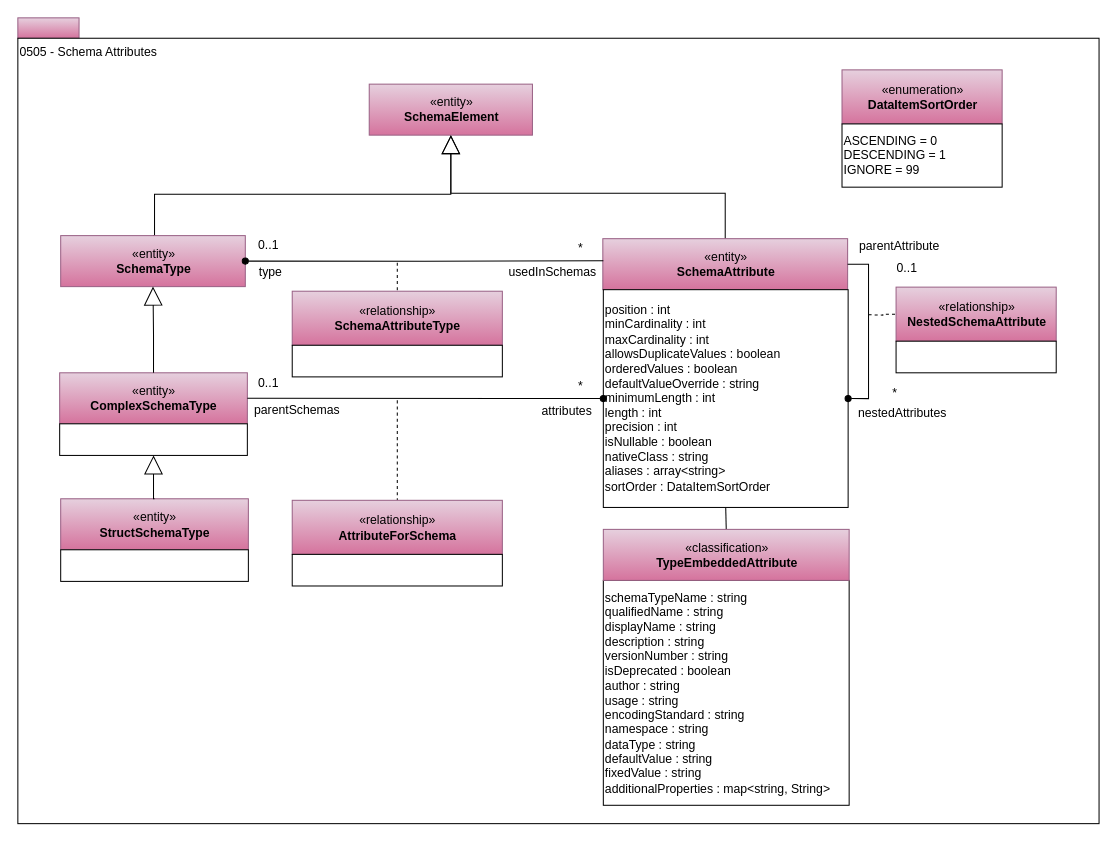
odpi/egeria-docs keeps this draw.io diagram as page "0505-Schema-Attributes" (5 of 36) of site/docs/types/5/area-5-models-and-schema.drawio. Above is the earlier version. Source tidied: cells renumbered, new cells numbered last; positions are measured from the earlier drawing's top-left corner, leaving out a move shared by most shapes. Both pictures are drawn from the tidied source at 102%, with x=0, y=0 at pixel (17, 17).
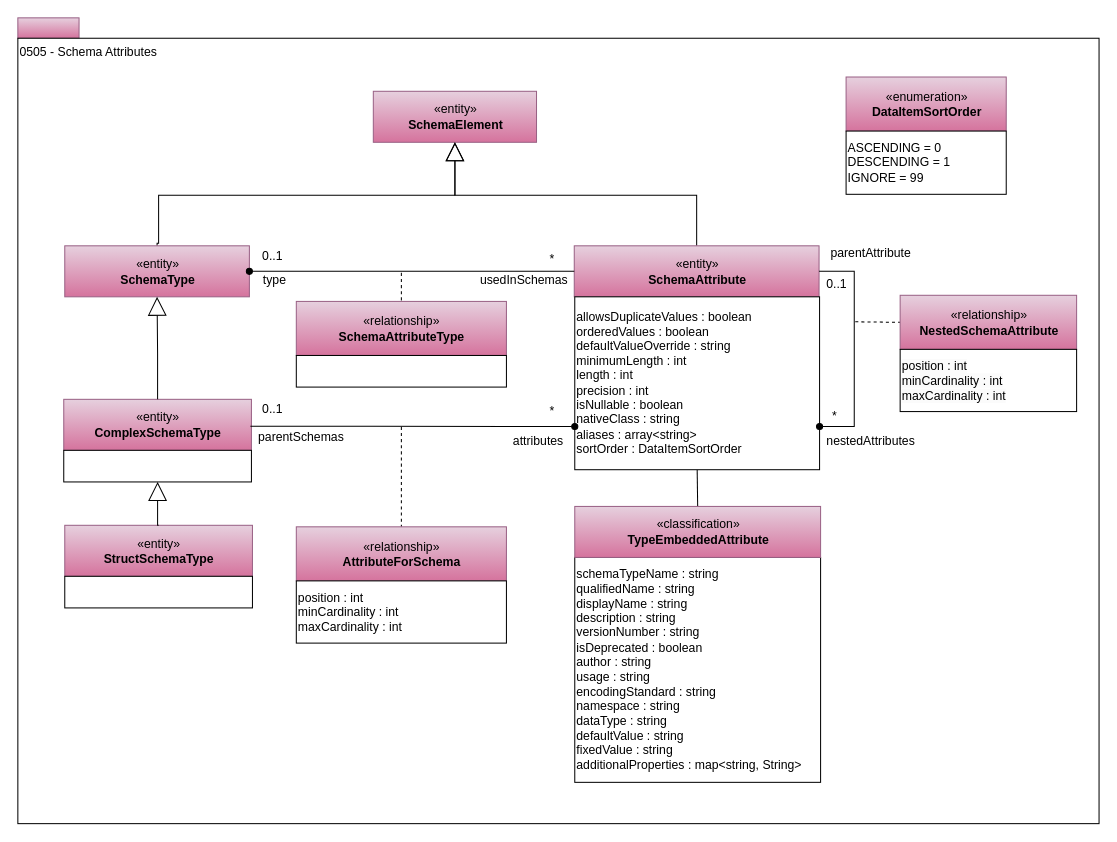
The same diagram, later.

Unchanged cells that the change refers to:
```xml
<mxCell id="22" value="«entity»&lt;br&gt;&lt;b&gt;ComplexSchemaType&lt;/b&gt;" style="html=1;strokeColor=#996185;align=center;fillColor=#e6d0de;gradientColor=#d5739d;" parent="21" vertex="1">
  <mxGeometry width="184" height="50" as="geometry" />
</mxCell>
<mxCell id="43" value="«relationship»&lt;br&gt;&lt;b&gt;SchemaAttributeType&lt;/b&gt;" style="html=1;strokeColor=#996185;align=center;fillColor=#e6d0de;gradientColor=#d5739d;" parent="42" vertex="1">
  <mxGeometry width="206" height="53" as="geometry" />
</mxCell>
```

The edit, as a diff of the source:
```diff
@@
     <mxCell id="4" value="«entity»&lt;br&gt;&lt;b&gt;SchemaElement&lt;/b&gt;" style="html=1;strokeColor=#996185;align=center;fillColor=#e6d0de;gradientColor=#d5739d;" parent="1" vertex="1">
-      <mxGeometry x="344.5" y="65" width="160" height="50" as="geometry" />
+      <mxGeometry x="348.5" y="72" width="160" height="50" as="geometry" />
     </mxCell>
     <mxCell id="5" style="edgeStyle=orthogonalEdgeStyle;rounded=0;jettySize=auto;html=1;exitX=0.5;exitY=0;exitDx=0;exitDy=0;startArrow=none;startFill=0;startSize=6;endArrow=block;endFill=0;endSize=16;entryX=0.5;entryY=1;entryDx=0;entryDy=0;" parent="1" edge="1" source="6" target="4">
       <mxGeometry relative="1" as="geometry">
         <Array as="points">
-          <mxPoint x="134" y="214" />
-          <mxPoint x="134" y="173" />
-          <mxPoint x="425" y="173" />
+          <mxPoint x="138" y="221" />
+          <mxPoint x="138" y="174" />
+          <mxPoint x="429" y="174" />
         </Array>
       </mxGeometry>
     </mxCell>
     <mxCell id="6" value="«entity»&lt;br&gt;&lt;b&gt;SchemaType&lt;/b&gt;" style="html=1;strokeColor=#996185;align=center;fillColor=#e6d0de;gradientColor=#d5739d;" parent="1" vertex="1">
-      <mxGeometry x="42" y="213.5" width="181" height="50" as="geometry" />
+      <mxGeometry x="46" y="223.5" width="181" height="50" as="geometry" />
     </mxCell>
@@
     <mxCell id="8" style="edgeStyle=orthogonalEdgeStyle;rounded=0;jettySize=auto;html=1;exitX=0.5;exitY=0;exitDx=0;exitDy=0;entryX=0.5;entryY=1;entryDx=0;entryDy=0;startSize=6;endArrow=block;endFill=0;endSize=16;" parent="1" edge="1" source="33" target="4">
       <mxGeometry relative="1" as="geometry">
         <Array as="points">
-          <mxPoint x="694" y="172" />
-          <mxPoint x="425" y="172" />
+          <mxPoint x="666" y="174" />
+          <mxPoint x="429" y="174" />
         </Array>
       </mxGeometry>
     </mxCell>
-    <mxCell id="9" style="group;" parent="1" vertex="1">
-      <mxGeometry x="861" y="264" width="157" height="84" as="geometry" />
-    </mxCell>
-    <mxCell id="10" value="«relationship»&lt;br&gt;&lt;b&gt;NestedSchemaAttribute&lt;/b&gt;" style="html=1;strokeColor=#996185;align=center;fillColor=#e6d0de;gradientColor=#d5739d;" parent="9" vertex="1">
-      <mxGeometry width="157" height="53" as="geometry" />
-    </mxCell>
-    <mxCell id="11" style="rounded=0;whiteSpace=wrap;html=1;strokeColor=#000000;gradientColor=#ffffff;align=center;" parent="9" vertex="1">
-      <mxGeometry y="53" width="157" height="31" as="geometry" />
-    </mxCell>
     <mxCell id="12" style="endArrow=none;dashed=1;html=1;edgeStyle=orthogonalEdgeStyle;rounded=0;entryX=0;entryY=0.5;entryDx=0;entryDy=0;" parent="1" edge="1" target="10">
       <mxGeometry relative="1" as="geometry">
-        <mxPoint x="834" y="291" as="sourcePoint" />
+        <mxPoint x="821" y="298" as="sourcePoint" />
       </mxGeometry>
     </mxCell>
     <mxCell id="13" value="parentAttribute" style="text;html=1;strokeColor=none;fillColor=none;align=center;verticalAlign=middle;whiteSpace=wrap;rounded=0;" parent="1" vertex="1">
-      <mxGeometry x="811" y="214" width="107" height="20" as="geometry" />
+      <mxGeometry x="783" y="220.5" width="107" height="20" as="geometry" />
     </mxCell>
     <mxCell id="14" value="nestedAttributes" style="text;html=1;strokeColor=none;fillColor=none;align=center;verticalAlign=middle;whiteSpace=wrap;rounded=0;" parent="1" vertex="1">
-      <mxGeometry x="813.5" y="378.2" width="107" height="20" as="geometry" />
+      <mxGeometry x="783" y="405.2" width="107" height="20" as="geometry" />
     </mxCell>
     <mxCell id="15" value="*" style="text;html=1;strokeColor=none;fillColor=none;align=center;verticalAlign=middle;whiteSpace=wrap;rounded=0;" parent="1" vertex="1">
-      <mxGeometry x="840" y="358.2" width="40" height="20" as="geometry" />
+      <mxGeometry x="781" y="380.5" width="40" height="20" as="geometry" />
     </mxCell>
     <mxCell id="16" value="0..1" style="text;html=1;strokeColor=none;fillColor=none;align=center;verticalAlign=middle;whiteSpace=wrap;rounded=0;" parent="1" vertex="1">
-      <mxGeometry x="852" y="236" width="40" height="20" as="geometry" />
+      <mxGeometry x="783" y="251" width="40" height="20" as="geometry" />
     </mxCell>
     <mxCell id="17" style="endArrow=none;dashed=1;html=1;" parent="1" edge="1" target="19">
       <mxGeometry relative="1" as="geometry">
-        <mxPoint x="372" y="375" as="sourcePoint" />
+        <mxPoint x="376" y="401" as="sourcePoint" />
       </mxGeometry>
     </mxCell>
-    <mxCell id="18" style="group;" parent="1" vertex="1">
-      <mxGeometry x="269" y="473" width="206" height="84" as="geometry" />
-    </mxCell>
-    <mxCell id="19" value="«relationship»&lt;br&gt;&lt;b&gt;AttributeForSchema&lt;/b&gt;" style="html=1;strokeColor=#996185;align=center;fillColor=#e6d0de;gradientColor=#d5739d;" parent="18" vertex="1">
-      <mxGeometry width="206" height="53" as="geometry" />
-    </mxCell>
-    <mxCell id="20" style="rounded=0;whiteSpace=wrap;html=1;strokeColor=#000000;gradientColor=#ffffff;align=center;" parent="18" vertex="1">
-      <mxGeometry y="53" width="206" height="31" as="geometry" />
-    </mxCell>
     <mxCell id="21" style="group;" parent="1" vertex="1">
-      <mxGeometry x="41" y="348" width="184" height="81" as="geometry" />
+      <mxGeometry x="45" y="374" width="184" height="81" as="geometry" />
     </mxCell>
@@
     <mxCell id="25" value="*" style="text;html=1;strokeColor=none;fillColor=none;align=center;verticalAlign=middle;whiteSpace=wrap;rounded=0;" parent="1" vertex="1">
-      <mxGeometry x="531.5" y="351" width="40" height="20" as="geometry" />
+      <mxGeometry x="503.5" y="376" width="40" height="20" as="geometry" />
     </mxCell>
     <mxCell id="26" value="0..1" style="text;html=1;strokeColor=none;fillColor=none;align=center;verticalAlign=middle;whiteSpace=wrap;rounded=0;" parent="1" vertex="1">
-      <mxGeometry x="226" y="348" width="40" height="20" as="geometry" />
+      <mxGeometry x="230" y="374" width="40" height="20" as="geometry" />
     </mxCell>
     <mxCell id="27" value="attributes" style="text;html=1;strokeColor=none;fillColor=none;align=center;verticalAlign=middle;whiteSpace=wrap;rounded=0;" parent="1" vertex="1">
-      <mxGeometry x="504.5" y="376" width="67" height="20" as="geometry" />
+      <mxGeometry x="476.5" y="405.2" width="67" height="20" as="geometry" />
     </mxCell>
     <mxCell id="28" value="parentSchemas" style="text;html=1;strokeColor=none;fillColor=none;align=center;verticalAlign=middle;whiteSpace=wrap;rounded=0;" parent="1" vertex="1">
-      <mxGeometry x="224" y="374.5" width="100" height="20" as="geometry" />
+      <mxGeometry x="228" y="400.5" width="100" height="20" as="geometry" />
     </mxCell>
     <mxCell id="29" style="group;" parent="1" vertex="1">
-      <mxGeometry x="42" y="458.5" width="184" height="81" as="geometry" />
+      <mxGeometry x="46" y="484.5" width="184" height="81" as="geometry" />
     </mxCell>
@@
     <mxCell id="33" value="«entity»&lt;br&gt;&lt;b&gt;SchemaAttribute&lt;/b&gt;" style="html=1;strokeColor=#996185;align=center;fillColor=#e6d0de;gradientColor=#d5739d;" parent="1" vertex="1">
-      <mxGeometry x="573.5" y="216.5" width="240" height="50" as="geometry" />
+      <mxGeometry x="545.5" y="223.5" width="240" height="50" as="geometry" />
     </mxCell>
-    <mxCell id="34" value="&lt;span style=&quot;white-space: normal&quot;&gt;position : int&lt;/span&gt;&lt;br style=&quot;white-space: normal&quot;&gt;&lt;font style=&quot;white-space: normal&quot;&gt;minCardinality : int&lt;br&gt;maxCardinality : int&lt;/font&gt;&lt;br style=&quot;white-space: normal&quot;&gt;&lt;font style=&quot;white-space: normal&quot;&gt;allowsDuplicateValues : boolean&lt;br&gt;orderedValues : boolean&lt;br&gt;&lt;/font&gt;&lt;span&gt;defaultValueOverride : string&lt;br&gt;minimumLength : int&lt;br&gt;length : int&lt;br&gt;precision : int&lt;br&gt;isNullable : boolean&lt;br&gt;&lt;/span&gt;&lt;font style=&quot;white-space: normal&quot;&gt;nativeClass : string&lt;br&gt;aliases : array&amp;lt;string&amp;gt;&lt;br&gt;sortOrder : DataItemSortOrder&lt;br&gt;&lt;/font&gt;" style="rounded=0;whiteSpace=wrap;html=1;strokeColor=#000000;gradientColor=#ffffff;align=left;fontColor=#000000;" parent="1" vertex="1">
-      <mxGeometry x="574" y="266.5" width="240" height="213.5" as="geometry" />
+    <mxCell id="34" value="&lt;font style=&quot;white-space: normal&quot;&gt;allowsDuplicateValues : boolean&lt;br&gt;orderedValues : boolean&lt;br&gt;&lt;/font&gt;&lt;span&gt;defaultValueOverride : string&lt;br&gt;minimumLength : int&lt;br&gt;length : int&lt;br&gt;precision : int&lt;br&gt;isNullable : boolean&lt;br&gt;&lt;/span&gt;&lt;font style=&quot;white-space: normal&quot;&gt;nativeClass : string&lt;br&gt;aliases : array&amp;lt;string&amp;gt;&lt;br&gt;sortOrder : DataItemSortOrder&lt;br&gt;&lt;/font&gt;" style="rounded=0;whiteSpace=wrap;html=1;strokeColor=#000000;gradientColor=#ffffff;align=left;fontColor=#000000;" parent="1" vertex="1">
+      <mxGeometry x="546" y="273.5" width="240" height="169.5" as="geometry" />
     </mxCell>
     <mxCell id="35" value="schemaTypeName : string&lt;br&gt;qualifiedName : string&lt;br&gt;displayName : string&lt;br&gt;description : string&lt;br&gt;versionNumber : string&lt;br&gt;isDeprecated : boolean&lt;br&gt;author : string&lt;br&gt;usage : string&lt;br&gt;encodingStandard : string&lt;br&gt;namespace : string&lt;br&gt;dataType : string&lt;br&gt;defaultValue : string&lt;br&gt;fixedValue : string&lt;br&gt;additionalProperties : map&amp;lt;string, String&amp;gt;&lt;br&gt;&lt;div style=&quot;text-align: left&quot;&gt;&lt;/div&gt;" style="rounded=0;whiteSpace=wrap;html=1;strokeColor=#000000;gradientColor=#ffffff;align=left;" parent="1" vertex="1">
-      <mxGeometry x="574" y="551.5" width="241" height="220.5" as="geometry" />
+      <mxGeometry x="546" y="529" width="241" height="220.5" as="geometry" />
     </mxCell>
     <mxCell id="36" value="«classification»&lt;br&gt;&lt;b&gt;TypeEmbeddedAttribute&lt;/b&gt;" style="html=1;strokeColor=#996185;align=center;fillColor=#e6d0de;gradientColor=#d5739d;" parent="1" vertex="1">
-      <mxGeometry x="574" y="501.5" width="241" height="50" as="geometry" />
+      <mxGeometry x="546" y="479" width="241" height="50" as="geometry" />
     </mxCell>
     <mxCell id="37" style="group;" parent="1" vertex="1">
-      <mxGeometry x="808" y="51" width="157" height="115" as="geometry" />
+      <mxGeometry x="812" y="58" width="157" height="115" as="geometry" />
     </mxCell>
@@
     <mxCell id="40" style="endArrow=none;dashed=1;html=1;" parent="1" edge="1" target="43">
       <mxGeometry relative="1" as="geometry">
-        <mxPoint x="372" y="240" as="sourcePoint" />
+        <mxPoint x="376" y="250" as="sourcePoint" />
       </mxGeometry>
     </mxCell>
-    <mxCell id="41" style="endArrow=oval;html=1;edgeStyle=orthogonalEdgeStyle;rounded=0;exitX=0;exitY=0.5;exitDx=0;exitDy=0;endFill=1;" parent="1" edge="1" target="6">
-      <mxGeometry relative="1" as="geometry">
-        <mxPoint x="574" y="238.2" as="sourcePoint" />
-      </mxGeometry>
+    <mxCell id="41" style="endArrow=oval;html=1;edgeStyle=orthogonalEdgeStyle;rounded=0;exitX=0;exitY=0.5;exitDx=0;exitDy=0;endFill=1;" parent="1" edge="1" source="33" target="6">
+      <mxGeometry relative="1" as="geometry" />
     </mxCell>
     <mxCell id="42" style="group;" parent="1" vertex="1">
-      <mxGeometry x="269" y="268" width="206" height="84" as="geometry" />
+      <mxGeometry x="273" y="278" width="206" height="84" as="geometry" />
     </mxCell>
@@
     <mxCell id="45" value="*" style="text;html=1;strokeColor=none;fillColor=none;align=center;verticalAlign=middle;whiteSpace=wrap;rounded=0;" parent="1" vertex="1">
-      <mxGeometry x="531.5" y="216" width="40" height="20" as="geometry" />
+      <mxGeometry x="503.5" y="227" width="40" height="20" as="geometry" />
     </mxCell>
     <mxCell id="46" value="0..1" style="text;html=1;strokeColor=none;fillColor=none;align=center;verticalAlign=middle;whiteSpace=wrap;rounded=0;" parent="1" vertex="1">
-      <mxGeometry x="226" y="213" width="40" height="20" as="geometry" />
+      <mxGeometry x="230" y="224" width="40" height="20" as="geometry" />
     </mxCell>
     <mxCell id="47" value="usedInSchemas" style="text;html=1;strokeColor=none;fillColor=none;align=center;verticalAlign=middle;whiteSpace=wrap;rounded=0;" parent="1" vertex="1">
-      <mxGeometry x="491" y="239.5" width="67" height="20" as="geometry" />
+      <mxGeometry x="463" y="246.5" width="67" height="20" as="geometry" />
     </mxCell>
     <mxCell id="48" value="type" style="text;html=1;strokeColor=none;fillColor=none;align=center;verticalAlign=middle;whiteSpace=wrap;rounded=0;" parent="1" vertex="1">
-      <mxGeometry x="224" y="239.5" width="48" height="20" as="geometry" />
+      <mxGeometry x="228" y="246.5" width="48" height="20" as="geometry" />
     </mxCell>
-    <mxCell id="49" style="endArrow=none;html=1;entryX=1;entryY=0.5;entryDx=0;entryDy=0;edgeStyle=orthogonalEdgeStyle;rounded=0;exitX=0;exitY=0.5;exitDx=0;exitDy=0;startArrow=oval;startFill=1;" parent="1" edge="1" source="34" target="22">
-      <mxGeometry relative="1" as="geometry">
-        <Array as="points">
-          <mxPoint x="574" y="373" />
-          <mxPoint x="574" y="373" />
-        </Array>
-      </mxGeometry>
-    </mxCell>
-    <mxCell id="50" style="edgeStyle=orthogonalEdgeStyle;rounded=0;jettySize=auto;html=1;entryX=1;entryY=0.5;entryDx=0;entryDy=0;fontColor=#FF0000;endArrow=oval;endFill=1;exitX=1;exitY=0.5;exitDx=0;exitDy=0;" parent="1" edge="1" source="33" target="34">
-      <mxGeometry relative="1" as="geometry" />
+    <mxCell id="50" style="edgeStyle=orthogonalEdgeStyle;rounded=0;jettySize=auto;html=1;entryX=1;entryY=0.75;entryDx=0;entryDy=0;fontColor=#FF0000;endArrow=oval;endFill=1;exitX=1;exitY=0.5;exitDx=0;exitDy=0;" parent="1" edge="1" source="33" target="34">
+      <mxGeometry relative="1" as="geometry">
+        <Array as="points">
+          <mxPoint x="820" y="249" />
+          <mxPoint x="820" y="401" />
+        </Array>
+      </mxGeometry>
     </mxCell>
+    <mxCell id="10" value="«relationship»&lt;br&gt;&lt;b&gt;NestedSchemaAttribute&lt;/b&gt;" style="html=1;strokeColor=#996185;align=center;fillColor=#e6d0de;gradientColor=#d5739d;" parent="1" vertex="1">
+      <mxGeometry x="865" y="272" width="173" height="53" as="geometry" />
+    </mxCell>
+    <mxCell id="11" value="&lt;span style=&quot;forced-color-adjust: none; color: rgb(0, 0, 0); font-family: Helvetica; font-size: 12px; font-style: normal; font-variant-ligatures: normal; font-variant-caps: normal; font-weight: 400; letter-spacing: normal; orphans: 2; text-indent: 0px; text-transform: none; widows: 2; word-spacing: 0px; -webkit-text-stroke-width: 0px; white-space: normal; background-color: rgb(251, 251, 251); text-decoration-thickness: initial; text-decoration-style: initial; text-decoration-color: initial;&quot;&gt;position : int&lt;/span&gt;&lt;br style=&quot;forced-color-adjust: none; color: rgb(0, 0, 0); font-family: Helvetica; font-size: 12px; font-style: normal; font-variant-ligatures: normal; font-variant-caps: normal; font-weight: 400; letter-spacing: normal; orphans: 2; text-indent: 0px; text-transform: none; widows: 2; word-spacing: 0px; -webkit-text-stroke-width: 0px; white-space: normal; background-color: rgb(251, 251, 251); text-decoration-thickness: initial; text-decoration-style: initial; text-decoration-color: initial;&quot;&gt;&lt;font style=&quot;forced-color-adjust: none; color: rgb(0, 0, 0); font-family: Helvetica; font-size: 12px; font-style: normal; font-variant-ligatures: normal; font-variant-caps: normal; font-weight: 400; letter-spacing: normal; orphans: 2; text-indent: 0px; text-transform: none; widows: 2; word-spacing: 0px; -webkit-text-stroke-width: 0px; white-space: normal; background-color: rgb(251, 251, 251); text-decoration-thickness: initial; text-decoration-style: initial; text-decoration-color: initial;&quot;&gt;minCardinality : int&lt;br style=&quot;forced-color-adjust: none;&quot;&gt;maxCardinality : int&lt;/font&gt;" style="rounded=0;whiteSpace=wrap;html=1;strokeColor=#000000;gradientColor=#ffffff;align=left;" parent="1" vertex="1">
+      <mxGeometry x="865" y="325" width="173" height="61" as="geometry" />
+    </mxCell>
+    <mxCell id="19" value="«relationship»&lt;br&gt;&lt;b&gt;AttributeForSchema&lt;/b&gt;" style="html=1;strokeColor=#996185;align=center;fillColor=#e6d0de;gradientColor=#d5739d;" parent="1" vertex="1">
+      <mxGeometry x="273" y="499" width="206" height="53" as="geometry" />
+    </mxCell>
+    <mxCell id="20" value="position : int&lt;br&gt;minCardinality : int&lt;br&gt;maxCardinality : int" style="rounded=0;whiteSpace=wrap;html=1;strokeColor=#000000;gradientColor=#ffffff;align=left;" parent="1" vertex="1">
+      <mxGeometry x="273" y="552" width="206" height="61" as="geometry" />
+    </mxCell>
+    <mxCell id="51" style="edgeStyle=orthogonalEdgeStyle;rounded=0;jettySize=auto;html=1;exitX=0;exitY=0;exitDx=0;exitDy=0;entryX=0;entryY=0.75;entryDx=0;entryDy=0;endArrow=oval;endFill=1;" parent="1" edge="1" source="28" target="34">
+      <mxGeometry relative="1" as="geometry">
+        <Array as="points">
+          <mxPoint x="348" y="401" />
+          <mxPoint x="348" y="401" />
+        </Array>
+      </mxGeometry>
+    </mxCell>
```
